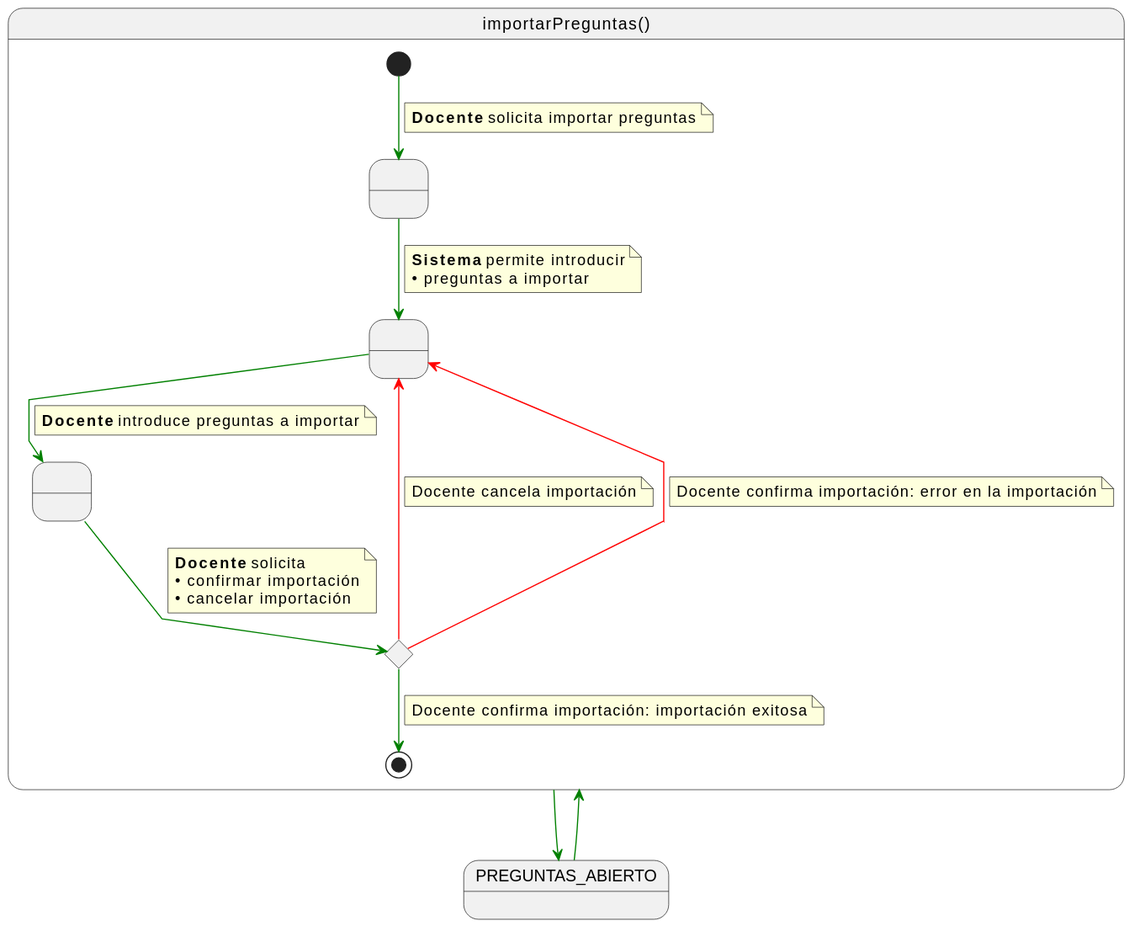
Earlier version of the PlantUML export documents/casos-de-uso/detalladoCasosDeUso/importarPreguntas/importarPreguntas.svg (martinlopez7/25-26-IdSw1-SdR). Its diagram source:
```plantuml
@startuml
skinparam linetype polyline

state importarPreguntas as "importarPreguntas()" {

    state " " as RequiringImport
    state " " as ProvidingPreguntas
    state " " as ProvidingConfirmation
    state c <<choice>>

    [*] -[#green]-> RequiringImport
    note on link
    <b>Docente</b> solicita importar preguntas
    end note

    RequiringImport -[#green]-> ProvidingPreguntas
    note on link
    <b>Sistema</b> permite introducir
    • preguntas a importar
    end note

    ProvidingPreguntas -[#green]-> ProvidingConfirmation
    note on link
    <b>Docente</b> introduce preguntas a importar
    end note

    ProvidingConfirmation -[#green]-> c
    note on link
    <b>Docente</b> solicita
    • confirmar importación
    • cancelar importación
    end note

    c -[#red]-> ProvidingPreguntas
    note on link
    Docente cancela importación
    end note

    c -[#red]-> ProvidingPreguntas
    note on link
    Docente confirma importación: error en la importación
    end note

    c -[#green]-> [*]
    note on link
    Docente confirma importación: importación exitosa
    end note
}

PREGUNTAS_ABIERTO -[#green]-> importarPreguntas
importarPreguntas -[#green]-> PREGUNTAS_ABIERTO
@enduml
```
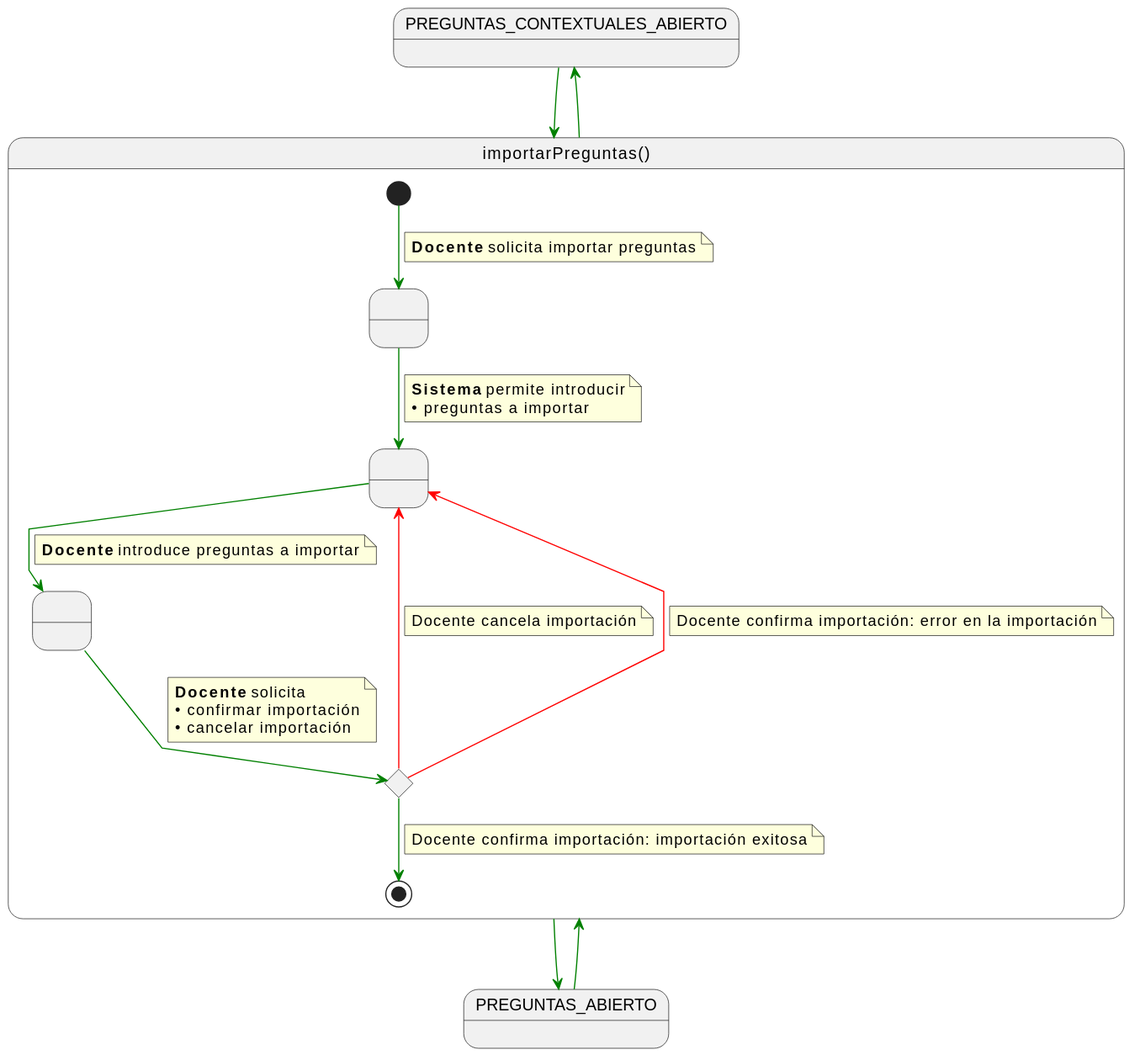
After the change.

Diff of the diagram source:
```diff
@@ -1,5 +1,7 @@
 @startuml
 skinparam linetype polyline
+
+state PREGUNTAS_CONTEXTUALES_ABIERTO
 
 state importarPreguntas as "importarPreguntas()" {
 
@@ -49,4 +51,7 @@
 
 PREGUNTAS_ABIERTO -[#green]-> importarPreguntas
 importarPreguntas -[#green]-> PREGUNTAS_ABIERTO
+
+PREGUNTAS_CONTEXTUALES_ABIERTO -[#green]-> importarPreguntas
+importarPreguntas -[#green]-> PREGUNTAS_CONTEXTUALES_ABIERTO
 @enduml
```
